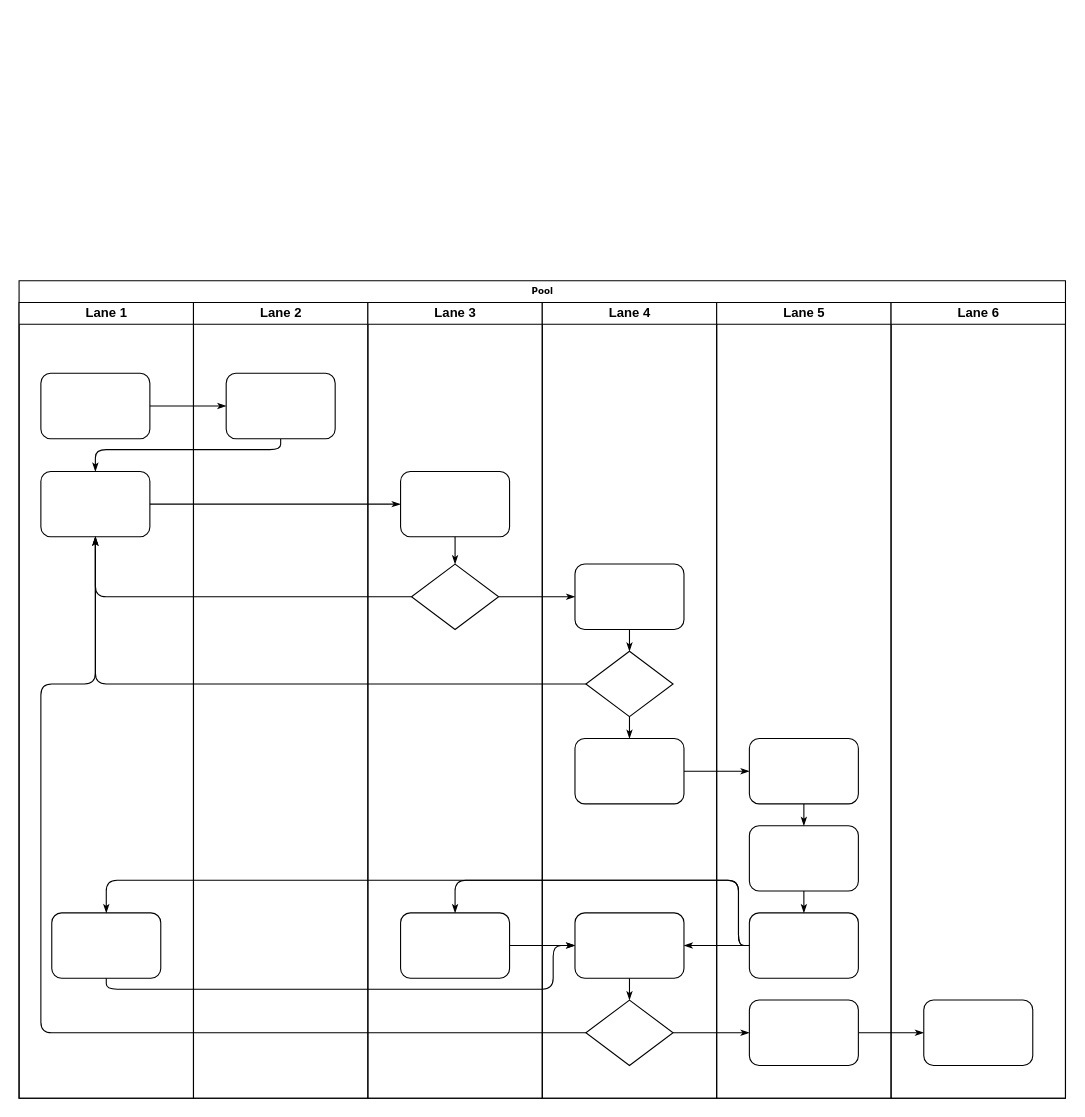
316189693/drawio keeps this draw.io diagram as public-module/invoice-flow/Untitled Diagram.drawio. Above is the earlier version. Source tidied: cells renumbered, new cells numbered last; positions are measured from the earlier drawing's top-left corner, leaving out a move shared by most shapes. Both pictures are drawn from the tidied source at 109%, with x=0, y=0 at pixel (19, 280).
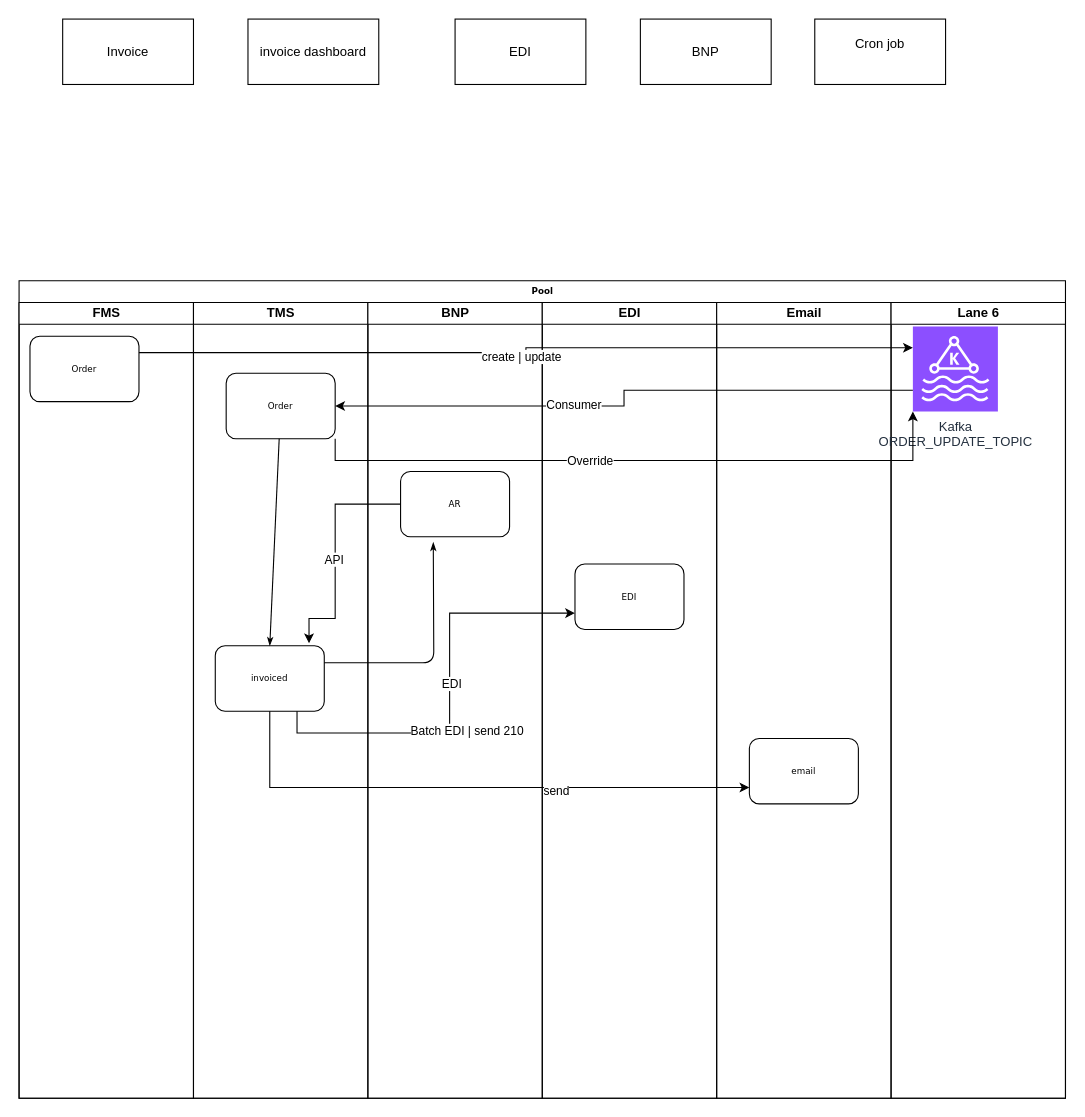
The same diagram, later.

Unchanged cells that the change refers to:
```xml
<mxCell id="2" value="Pool" style="swimlane;html=1;startSize=20;rounded=0;shadow=0;labelBackgroundColor=none;strokeWidth=1;fontFamily=Verdana;fontSize=8;align=center;" parent="1" vertex="1">
  <mxGeometry width="960" height="750" as="geometry" />
</mxCell>
<mxCell id="45" value="Lane 6" style="swimlane;html=1;startSize=20;" parent="2" vertex="1">
  <mxGeometry x="800" y="20" width="160" height="730" as="geometry" />
</mxCell>
```

Change to the diagram source:
```diff
@@
-    <mxCell id="3" value="Lane 1" style="swimlane;html=1;startSize=20;" parent="2" vertex="1">
+    <mxCell id="3" value="FMS" style="swimlane;html=1;startSize=20;" parent="2" vertex="1">
       <mxGeometry y="20" width="160" height="730" as="geometry" />
     </mxCell>
-    <mxCell id="4" style="rounded=1;whiteSpace=wrap;html=1;shadow=0;labelBackgroundColor=none;strokeWidth=1;fontFamily=Verdana;fontSize=8;align=center;" parent="3" vertex="1">
-      <mxGeometry x="20" y="65" width="100" height="60" as="geometry" />
+    <mxCell id="4" value="Order" style="rounded=1;whiteSpace=wrap;html=1;shadow=0;labelBackgroundColor=none;strokeWidth=1;fontFamily=Verdana;fontSize=8;align=center;" parent="3" vertex="1">
+      <mxGeometry x="10" y="31" width="100" height="60" as="geometry" />
     </mxCell>
-    <mxCell id="5" style="rounded=1;whiteSpace=wrap;html=1;shadow=0;labelBackgroundColor=none;strokeWidth=1;fontFamily=Verdana;fontSize=8;align=center;" parent="3" vertex="1">
-      <mxGeometry x="20" y="155" width="100" height="60" as="geometry" />
-    </mxCell>
-    <mxCell id="6" style="rounded=1;whiteSpace=wrap;html=1;shadow=0;labelBackgroundColor=none;strokeWidth=1;fontFamily=Verdana;fontSize=8;align=center;" parent="3" vertex="1">
-      <mxGeometry x="30" y="560" width="100" height="60" as="geometry" />
-    </mxCell>
-    <mxCell id="7" style="edgeStyle=orthogonalEdgeStyle;rounded=1;html=1;labelBackgroundColor=none;startArrow=none;startFill=0;startSize=5;endArrow=classicThin;endFill=1;endSize=5;jettySize=auto;strokeWidth=1;fontFamily=Verdana;fontSize=8;" parent="2" edge="1" source="4" target="23">
-      <mxGeometry relative="1" as="geometry" />
-    </mxCell>
-    <mxCell id="8" style="edgeStyle=orthogonalEdgeStyle;rounded=1;html=1;labelBackgroundColor=none;startArrow=none;startFill=0;startSize=5;endArrow=classicThin;endFill=1;endSize=5;jettySize=auto;strokeWidth=1;fontFamily=Verdana;fontSize=8;" parent="2" edge="1" source="23" target="5">
-      <mxGeometry relative="1" as="geometry">
-        <Array as="points">
-          <mxPoint x="240" y="155" />
-          <mxPoint x="70" y="155" />
-        </Array>
-      </mxGeometry>
-    </mxCell>
-    <mxCell id="9" style="edgeStyle=orthogonalEdgeStyle;rounded=1;html=1;labelBackgroundColor=none;startArrow=none;startFill=0;startSize=5;endArrow=classicThin;endFill=1;endSize=5;jettySize=auto;strokeWidth=1;fontFamily=Verdana;fontSize=8;" parent="2" edge="1" source="5" target="25">
-      <mxGeometry relative="1" as="geometry" />
-    </mxCell>
-    <mxCell id="10" style="edgeStyle=orthogonalEdgeStyle;rounded=1;html=1;labelBackgroundColor=none;startArrow=none;startFill=0;startSize=5;endArrow=classicThin;endFill=1;endSize=5;jettySize=auto;strokeWidth=1;fontFamily=Verdana;fontSize=8;" parent="2" edge="1" source="26" target="5">
-      <mxGeometry relative="1" as="geometry" />
-    </mxCell>
-    <mxCell id="11" style="edgeStyle=orthogonalEdgeStyle;rounded=1;html=1;labelBackgroundColor=none;startArrow=none;startFill=0;startSize=5;endArrow=classicThin;endFill=1;endSize=5;jettySize=auto;strokeWidth=1;fontFamily=Verdana;fontSize=8;" parent="2" edge="1" source="31" target="5">
-      <mxGeometry relative="1" as="geometry" />
-    </mxCell>
-    <mxCell id="12" style="edgeStyle=orthogonalEdgeStyle;rounded=1;html=1;labelBackgroundColor=none;startArrow=none;startFill=0;startSize=5;endArrow=classicThin;endFill=1;endSize=5;jettySize=auto;strokeWidth=1;fontFamily=Verdana;fontSize=8;" parent="2" edge="1" source="34" target="5">
-      <mxGeometry relative="1" as="geometry">
-        <Array as="points">
-          <mxPoint x="20" y="690" />
-          <mxPoint x="20" y="370" />
-          <mxPoint x="70" y="370" />
-        </Array>
-      </mxGeometry>
-    </mxCell>
-    <mxCell id="13" style="edgeStyle=orthogonalEdgeStyle;rounded=1;html=1;labelBackgroundColor=none;startArrow=none;startFill=0;startSize=5;endArrow=classicThin;endFill=1;endSize=5;jettySize=auto;strokeWidth=1;fontFamily=Verdana;fontSize=8;" parent="2" edge="1" source="26" target="30">
-      <mxGeometry relative="1" as="geometry" />
-    </mxCell>
-    <mxCell id="14" style="edgeStyle=orthogonalEdgeStyle;rounded=1;html=1;labelBackgroundColor=none;startArrow=none;startFill=0;startSize=5;endArrow=classicThin;endFill=1;endSize=5;jettySize=auto;strokeWidth=1;fontFamily=Verdana;fontSize=8;" parent="2" edge="1" source="34" target="42">
-      <mxGeometry relative="1" as="geometry" />
-    </mxCell>
-    <mxCell id="15" style="edgeStyle=orthogonalEdgeStyle;rounded=1;html=1;labelBackgroundColor=none;startArrow=none;startFill=0;startSize=5;endArrow=classicThin;endFill=1;endSize=5;jettySize=auto;strokeWidth=1;fontFamily=Verdana;fontSize=8;" parent="2" edge="1" source="42" target="46">
-      <mxGeometry relative="1" as="geometry" />
-    </mxCell>
-    <mxCell id="16" style="edgeStyle=orthogonalEdgeStyle;rounded=1;html=1;labelBackgroundColor=none;startArrow=none;startFill=0;startSize=5;endArrow=classicThin;endFill=1;endSize=5;jettySize=auto;strokeWidth=1;fontFamily=Verdana;fontSize=8;" parent="2" edge="1" source="32" target="39">
-      <mxGeometry relative="1" as="geometry" />
-    </mxCell>
-    <mxCell id="17" style="edgeStyle=orthogonalEdgeStyle;rounded=1;html=1;labelBackgroundColor=none;startArrow=none;startFill=0;startSize=5;endArrow=classicThin;endFill=1;endSize=5;jettySize=auto;strokeWidth=1;fontFamily=Verdana;fontSize=8;" parent="2" edge="1" source="41" target="27">
-      <mxGeometry relative="1" as="geometry">
-        <Array as="points">
-          <mxPoint x="660" y="610" />
-          <mxPoint x="660" y="550" />
-          <mxPoint x="400" y="550" />
-        </Array>
-      </mxGeometry>
-    </mxCell>
-    <mxCell id="18" style="edgeStyle=orthogonalEdgeStyle;rounded=1;html=1;labelBackgroundColor=none;startArrow=none;startFill=0;startSize=5;endArrow=classicThin;endFill=1;endSize=5;jettySize=auto;strokeColor=#000000;strokeWidth=1;fontFamily=Verdana;fontSize=8;fontColor=#000000;" parent="2" edge="1" source="41" target="33">
-      <mxGeometry relative="1" as="geometry" />
-    </mxCell>
-    <mxCell id="19" style="edgeStyle=orthogonalEdgeStyle;rounded=1;html=1;labelBackgroundColor=none;startArrow=none;startFill=0;startSize=5;endArrow=classicThin;endFill=1;endSize=5;jettySize=auto;strokeWidth=1;fontFamily=Verdana;fontSize=8;" parent="2" edge="1" source="41" target="6">
-      <mxGeometry relative="1" as="geometry">
-        <Array as="points">
-          <mxPoint x="660" y="610" />
-          <mxPoint x="660" y="550" />
-          <mxPoint x="80" y="550" />
-        </Array>
-      </mxGeometry>
-    </mxCell>
-    <mxCell id="20" style="edgeStyle=orthogonalEdgeStyle;rounded=1;html=1;labelBackgroundColor=none;startArrow=none;startFill=0;startSize=5;endArrow=classicThin;endFill=1;endSize=5;jettySize=auto;strokeWidth=1;fontFamily=Verdana;fontSize=8;" parent="2" edge="1" source="6" target="33">
-      <mxGeometry relative="1" as="geometry">
-        <Array as="points">
-          <mxPoint x="80" y="650" />
-          <mxPoint x="490" y="650" />
-          <mxPoint x="490" y="610" />
-        </Array>
-      </mxGeometry>
-    </mxCell>
-    <mxCell id="21" style="edgeStyle=orthogonalEdgeStyle;rounded=1;html=1;labelBackgroundColor=none;startArrow=none;startFill=0;startSize=5;endArrow=classicThin;endFill=1;endSize=5;jettySize=auto;strokeWidth=1;fontFamily=Verdana;fontSize=8;" parent="2" edge="1" source="27" target="33">
-      <mxGeometry relative="1" as="geometry" />
-    </mxCell>
-    <mxCell id="22" value="Lane 2" style="swimlane;html=1;startSize=20;" parent="2" vertex="1">
+    <mxCell id="22" value="TMS" style="swimlane;html=1;startSize=20;" parent="2" vertex="1">
       <mxGeometry x="160" y="20" width="160" height="730" as="geometry" />
     </mxCell>
-    <mxCell id="23" style="rounded=1;whiteSpace=wrap;html=1;shadow=0;labelBackgroundColor=none;strokeWidth=1;fontFamily=Verdana;fontSize=8;align=center;" parent="22" vertex="1">
+    <mxCell id="23" value="Order" style="rounded=1;whiteSpace=wrap;html=1;shadow=0;labelBackgroundColor=none;strokeWidth=1;fontFamily=Verdana;fontSize=8;align=center;" parent="22" vertex="1">
       <mxGeometry x="30" y="65" width="100" height="60" as="geometry" />
     </mxCell>
+    <mxCell id="5" value="invoiced" style="rounded=1;whiteSpace=wrap;html=1;shadow=0;labelBackgroundColor=none;strokeWidth=1;fontFamily=Verdana;fontSize=8;align=center;" parent="22" vertex="1">
+      <mxGeometry x="20" y="315" width="100" height="60" as="geometry" />
+    </mxCell>
+    <mxCell id="8" style="rounded=1;html=1;labelBackgroundColor=none;startArrow=none;startFill=0;startSize=5;endArrow=classicThin;endFill=1;endSize=5;jettySize=auto;strokeWidth=1;fontFamily=Verdana;fontSize=8;entryX=0.5;entryY=0;entryDx=0;entryDy=0;" parent="22" edge="1" source="23" target="5">
+      <mxGeometry relative="1" as="geometry" />
+    </mxCell>
-    <mxCell id="24" value="Lane 3" style="swimlane;html=1;startSize=20;" parent="2" vertex="1">
+    <mxCell id="24" value="BNP" style="swimlane;html=1;startSize=20;" parent="2" vertex="1">
       <mxGeometry x="320" y="20" width="160" height="730" as="geometry" />
     </mxCell>
-    <mxCell id="25" style="rounded=1;whiteSpace=wrap;html=1;shadow=0;labelBackgroundColor=none;strokeWidth=1;fontFamily=Verdana;fontSize=8;align=center;" parent="24" vertex="1">
+    <mxCell id="25" value="AR" style="rounded=1;whiteSpace=wrap;html=1;shadow=0;labelBackgroundColor=none;strokeWidth=1;fontFamily=Verdana;fontSize=8;align=center;" parent="24" vertex="1">
       <mxGeometry x="30" y="155" width="100" height="60" as="geometry" />
     </mxCell>
-    <mxCell id="26" style="rhombus;whiteSpace=wrap;html=1;rounded=0;shadow=0;labelBackgroundColor=none;strokeWidth=1;fontFamily=Verdana;fontSize=8;align=center;" parent="24" vertex="1">
-      <mxGeometry x="40" y="240" width="80" height="60" as="geometry" />
-    </mxCell>
-    <mxCell id="27" style="rounded=1;whiteSpace=wrap;html=1;shadow=0;labelBackgroundColor=none;strokeWidth=1;fontFamily=Verdana;fontSize=8;align=center;" parent="24" vertex="1">
-      <mxGeometry x="30" y="560" width="100" height="60" as="geometry" />
-    </mxCell>
-    <mxCell id="28" style="edgeStyle=orthogonalEdgeStyle;rounded=1;html=1;labelBackgroundColor=none;startArrow=none;startFill=0;startSize=5;endArrow=classicThin;endFill=1;endSize=5;jettySize=auto;strokeWidth=1;fontFamily=Verdana;fontSize=8;" parent="24" edge="1" source="25" target="26">
-      <mxGeometry relative="1" as="geometry" />
-    </mxCell>
+    <mxCell id="9" style="edgeStyle=orthogonalEdgeStyle;rounded=1;html=1;labelBackgroundColor=none;startArrow=none;startFill=0;startSize=5;endArrow=classicThin;endFill=1;endSize=5;jettySize=auto;strokeWidth=1;fontFamily=Verdana;fontSize=8;exitX=1;exitY=0.258;exitDx=0;exitDy=0;exitPerimeter=0;" parent="24" edge="1" source="5">
+      <mxGeometry relative="1" as="geometry">
+        <mxPoint x="60" y="220" as="targetPoint" />
+      </mxGeometry>
+    </mxCell>
-    <mxCell id="29" value="Lane 4" style="swimlane;html=1;startSize=20;" parent="2" vertex="1">
+    <mxCell id="29" value="EDI" style="swimlane;html=1;startSize=20;" parent="2" vertex="1">
       <mxGeometry x="480" y="20" width="160" height="730" as="geometry" />
     </mxCell>
-    <mxCell id="30" style="rounded=1;whiteSpace=wrap;html=1;shadow=0;labelBackgroundColor=none;strokeWidth=1;fontFamily=Verdana;fontSize=8;align=center;" parent="29" vertex="1">
+    <mxCell id="30" value="EDI" style="rounded=1;whiteSpace=wrap;html=1;shadow=0;labelBackgroundColor=none;strokeWidth=1;fontFamily=Verdana;fontSize=8;align=center;" parent="29" vertex="1">
       <mxGeometry x="30" y="240" width="100" height="60" as="geometry" />
     </mxCell>
-    <mxCell id="31" style="rhombus;whiteSpace=wrap;html=1;rounded=0;shadow=0;labelBackgroundColor=none;strokeWidth=1;fontFamily=Verdana;fontSize=8;align=center;" parent="29" vertex="1">
-      <mxGeometry x="40" y="320" width="80" height="60" as="geometry" />
-    </mxCell>
-    <mxCell id="32" style="rounded=1;whiteSpace=wrap;html=1;shadow=0;labelBackgroundColor=none;strokeWidth=1;fontFamily=Verdana;fontSize=8;align=center;" parent="29" vertex="1">
-      <mxGeometry x="30" y="400" width="100" height="60" as="geometry" />
-    </mxCell>
-    <mxCell id="33" style="rounded=1;whiteSpace=wrap;html=1;shadow=0;labelBackgroundColor=none;strokeWidth=1;fontFamily=Verdana;fontSize=8;align=center;" parent="29" vertex="1">
-      <mxGeometry x="30" y="560" width="100" height="60" as="geometry" />
-    </mxCell>
-    <mxCell id="34" style="rhombus;whiteSpace=wrap;html=1;rounded=0;shadow=0;labelBackgroundColor=none;strokeWidth=1;fontFamily=Verdana;fontSize=8;align=center;" parent="29" vertex="1">
-      <mxGeometry x="40" y="640" width="80" height="60" as="geometry" />
-    </mxCell>
-    <mxCell id="35" style="edgeStyle=orthogonalEdgeStyle;rounded=1;html=1;labelBackgroundColor=none;startArrow=none;startFill=0;startSize=5;endArrow=classicThin;endFill=1;endSize=5;jettySize=auto;strokeColor=#000000;strokeWidth=1;fontFamily=Verdana;fontSize=8;fontColor=#000000;" parent="29" edge="1" source="30" target="31">
-      <mxGeometry relative="1" as="geometry" />
-    </mxCell>
-    <mxCell id="36" style="edgeStyle=orthogonalEdgeStyle;rounded=1;html=1;labelBackgroundColor=none;startArrow=none;startFill=0;startSize=5;endArrow=classicThin;endFill=1;endSize=5;jettySize=auto;strokeWidth=1;fontFamily=Verdana;fontSize=8;" parent="29" edge="1" source="31" target="32">
-      <mxGeometry relative="1" as="geometry" />
-    </mxCell>
-    <mxCell id="37" style="edgeStyle=orthogonalEdgeStyle;rounded=1;html=1;labelBackgroundColor=none;startArrow=none;startFill=0;startSize=5;endArrow=classicThin;endFill=1;endSize=5;jettySize=auto;strokeWidth=1;fontFamily=Verdana;fontSize=8;" parent="29" edge="1" source="33" target="34">
-      <mxGeometry relative="1" as="geometry" />
-    </mxCell>
-    <mxCell id="38" value="Lane 5" style="swimlane;html=1;startSize=20;" parent="2" vertex="1">
+    <mxCell id="38" value="Email" style="swimlane;html=1;startSize=20;" parent="2" vertex="1">
       <mxGeometry x="640" y="20" width="160" height="730" as="geometry" />
     </mxCell>
-    <mxCell id="39" style="rounded=1;whiteSpace=wrap;html=1;shadow=0;labelBackgroundColor=none;strokeWidth=1;fontFamily=Verdana;fontSize=8;align=center;" parent="38" vertex="1">
+    <mxCell id="39" value="email" style="rounded=1;whiteSpace=wrap;html=1;shadow=0;labelBackgroundColor=none;strokeWidth=1;fontFamily=Verdana;fontSize=8;align=center;" parent="38" vertex="1">
       <mxGeometry x="30" y="400" width="100" height="60" as="geometry" />
     </mxCell>
-    <mxCell id="40" style="rounded=1;whiteSpace=wrap;html=1;shadow=0;labelBackgroundColor=none;strokeWidth=1;fontFamily=Verdana;fontSize=8;align=center;" parent="38" vertex="1">
-      <mxGeometry x="30" y="480" width="100" height="60" as="geometry" />
-    </mxCell>
-    <mxCell id="41" style="rounded=1;whiteSpace=wrap;html=1;shadow=0;labelBackgroundColor=none;strokeWidth=1;fontFamily=Verdana;fontSize=8;align=center;" parent="38" vertex="1">
-      <mxGeometry x="30" y="560" width="100" height="60" as="geometry" />
-    </mxCell>
-    <mxCell id="42" style="rounded=1;whiteSpace=wrap;html=1;shadow=0;labelBackgroundColor=none;strokeWidth=1;fontFamily=Verdana;fontSize=8;align=center;" parent="38" vertex="1">
-      <mxGeometry x="30" y="640" width="100" height="60" as="geometry" />
-    </mxCell>
-    <mxCell id="43" style="edgeStyle=orthogonalEdgeStyle;rounded=1;html=1;labelBackgroundColor=none;startArrow=none;startFill=0;startSize=5;endArrow=classicThin;endFill=1;endSize=5;jettySize=auto;strokeWidth=1;fontFamily=Verdana;fontSize=8;" parent="38" edge="1" source="39" target="40">
-      <mxGeometry relative="1" as="geometry" />
-    </mxCell>
-    <mxCell id="44" style="edgeStyle=orthogonalEdgeStyle;rounded=1;html=1;labelBackgroundColor=none;startArrow=none;startFill=0;startSize=5;endArrow=classicThin;endFill=1;endSize=5;jettySize=auto;strokeWidth=1;fontFamily=Verdana;fontSize=8;" parent="38" edge="1" source="40" target="41">
-      <mxGeometry relative="1" as="geometry" />
-    </mxCell>
@@
-    <mxCell id="46" style="rounded=1;whiteSpace=wrap;html=1;shadow=0;labelBackgroundColor=none;strokeWidth=1;fontFamily=Verdana;fontSize=8;align=center;" parent="45" vertex="1">
-      <mxGeometry x="30" y="640" width="100" height="60" as="geometry" />
-    </mxCell>
+    <mxCell id="47" value="Kafka&lt;div&gt;ORDER_UPDATE_TOPIC&lt;/div&gt;" style="sketch=0;points=[[0,0,0],[0.25,0,0],[0.5,0,0],[0.75,0,0],[1,0,0],[0,1,0],[0.25,1,0],[0.5,1,0],[0.75,1,0],[1,1,0],[0,0.25,0],[0,0.5,0],[0,0.75,0],[1,0.25,0],[1,0.5,0],[1,0.75,0]];outlineConnect=0;fontColor=#232F3E;fillColor=#8C4FFF;strokeColor=#ffffff;dashed=0;verticalLabelPosition=bottom;verticalAlign=top;align=center;html=1;fontSize=12;fontStyle=0;shape=mxgraph.aws4.resourceIcon;resIcon=mxgraph.aws4.managed_streaming_for_kafka;" parent="45" vertex="1">
+      <mxGeometry x="20" y="22" width="78" height="78" as="geometry" />
+    </mxCell>
+    <mxCell id="48" style="edgeStyle=orthogonalEdgeStyle;rounded=0;jettySize=auto;html=1;exitX=1;exitY=0.25;exitDx=0;exitDy=0;entryX=0;entryY=0.25;entryDx=0;entryDy=0;entryPerimeter=0;" parent="2" edge="1" source="4" target="47">
+      <mxGeometry relative="1" as="geometry" />
+    </mxCell>
+    <mxCell id="49" value="create | update" style="edgeLabel;html=1;align=center;verticalAlign=middle;" parent="48" vertex="1">
+      <mxGeometry x="-0.02" y="-3" relative="1" as="geometry" />
+    </mxCell>
+    <mxCell id="50" style="edgeStyle=orthogonalEdgeStyle;rounded=0;jettySize=auto;html=1;exitX=0;exitY=0.75;exitDx=0;exitDy=0;exitPerimeter=0;entryX=1;entryY=0.5;entryDx=0;entryDy=0;" parent="2" edge="1" source="47" target="23">
+      <mxGeometry relative="1" as="geometry" />
+    </mxCell>
+    <mxCell id="51" value="Consumer" style="edgeLabel;html=1;align=center;verticalAlign=middle;" parent="50" vertex="1">
+      <mxGeometry x="0.2" y="-2" relative="1" as="geometry">
+        <mxPoint x="1" as="offset" />
+      </mxGeometry>
+    </mxCell>
+    <mxCell id="52" style="edgeStyle=orthogonalEdgeStyle;rounded=0;jettySize=auto;html=1;entryX=0.86;entryY=-0.039;entryDx=0;entryDy=0;entryPerimeter=0;" parent="2" edge="1" source="25" target="5">
+      <mxGeometry relative="1" as="geometry">
+        <Array as="points">
+          <mxPoint x="290" y="205" />
+          <mxPoint x="290" y="310" />
+          <mxPoint x="266" y="310" />
+        </Array>
+      </mxGeometry>
+    </mxCell>
+    <mxCell id="53" value="API" style="edgeLabel;html=1;align=center;verticalAlign=middle;" parent="52" vertex="1">
+      <mxGeometry x="0.04" y="-2" relative="1" as="geometry" />
+    </mxCell>
+    <mxCell id="54" style="edgeStyle=orthogonalEdgeStyle;rounded=0;jettySize=auto;html=1;exitX=0.75;exitY=1;exitDx=0;exitDy=0;entryX=0;entryY=0.75;entryDx=0;entryDy=0;" parent="2" edge="1" source="5" target="30">
+      <mxGeometry relative="1" as="geometry" />
+    </mxCell>
+    <mxCell id="55" value="EDI" style="edgeLabel;html=1;align=center;verticalAlign=middle;" parent="54" vertex="1">
+      <mxGeometry x="0.07" y="-1" relative="1" as="geometry" />
+    </mxCell>
+    <mxCell id="56" value="Batch EDI | send 210" style="edgeLabel;html=1;align=center;verticalAlign=middle;" parent="54" vertex="1">
+      <mxGeometry x="-0.04" y="-3" relative="1" as="geometry">
+        <mxPoint x="12" y="22" as="offset" />
+      </mxGeometry>
+    </mxCell>
+    <mxCell id="57" style="edgeStyle=orthogonalEdgeStyle;rounded=0;jettySize=auto;html=1;exitX=0.5;exitY=1;exitDx=0;exitDy=0;entryX=0;entryY=0.75;entryDx=0;entryDy=0;" parent="2" edge="1" source="5" target="39">
+      <mxGeometry relative="1" as="geometry" />
+    </mxCell>
+    <mxCell id="58" value="send" style="edgeLabel;html=1;align=center;verticalAlign=middle;" parent="57" vertex="1">
+      <mxGeometry x="0.3" y="-2" relative="1" as="geometry" />
+    </mxCell>
+    <mxCell id="59" style="edgeStyle=orthogonalEdgeStyle;rounded=0;jettySize=auto;html=1;exitX=1;exitY=1;exitDx=0;exitDy=0;entryX=0;entryY=1;entryDx=0;entryDy=0;entryPerimeter=0;" parent="2" edge="1" source="23" target="47">
+      <mxGeometry relative="1" as="geometry" />
+    </mxCell>
+    <mxCell id="60" value="Override" style="edgeLabel;html=1;align=center;verticalAlign=middle;" parent="59" vertex="1">
+      <mxGeometry x="-0.15" relative="1" as="geometry" />
+    </mxCell>
+    <mxCell id="61" value="Invoice" style="rounded=0;whiteSpace=wrap;html=1;" parent="1" vertex="1">
+      <mxGeometry x="40" y="-240" width="120" height="60" as="geometry" />
+    </mxCell>
+    <mxCell id="62" value="invoice dashboard" style="rounded=0;whiteSpace=wrap;html=1;" parent="1" vertex="1">
+      <mxGeometry x="210" y="-240" width="120" height="60" as="geometry" />
+    </mxCell>
+    <mxCell id="63" value="EDI" style="rounded=0;whiteSpace=wrap;html=1;" parent="1" vertex="1">
+      <mxGeometry x="400" y="-240" width="120" height="60" as="geometry" />
+    </mxCell>
+    <mxCell id="64" value="BNP" style="rounded=0;whiteSpace=wrap;html=1;" parent="1" vertex="1">
+      <mxGeometry x="570" y="-240" width="120" height="60" as="geometry" />
+    </mxCell>
+    <mxCell id="65" value="Cron job&lt;div&gt;&lt;br&gt;&lt;/div&gt;" style="rounded=0;whiteSpace=wrap;html=1;" parent="1" vertex="1">
+      <mxGeometry x="730" y="-240" width="120" height="60" as="geometry" />
+    </mxCell>
```
